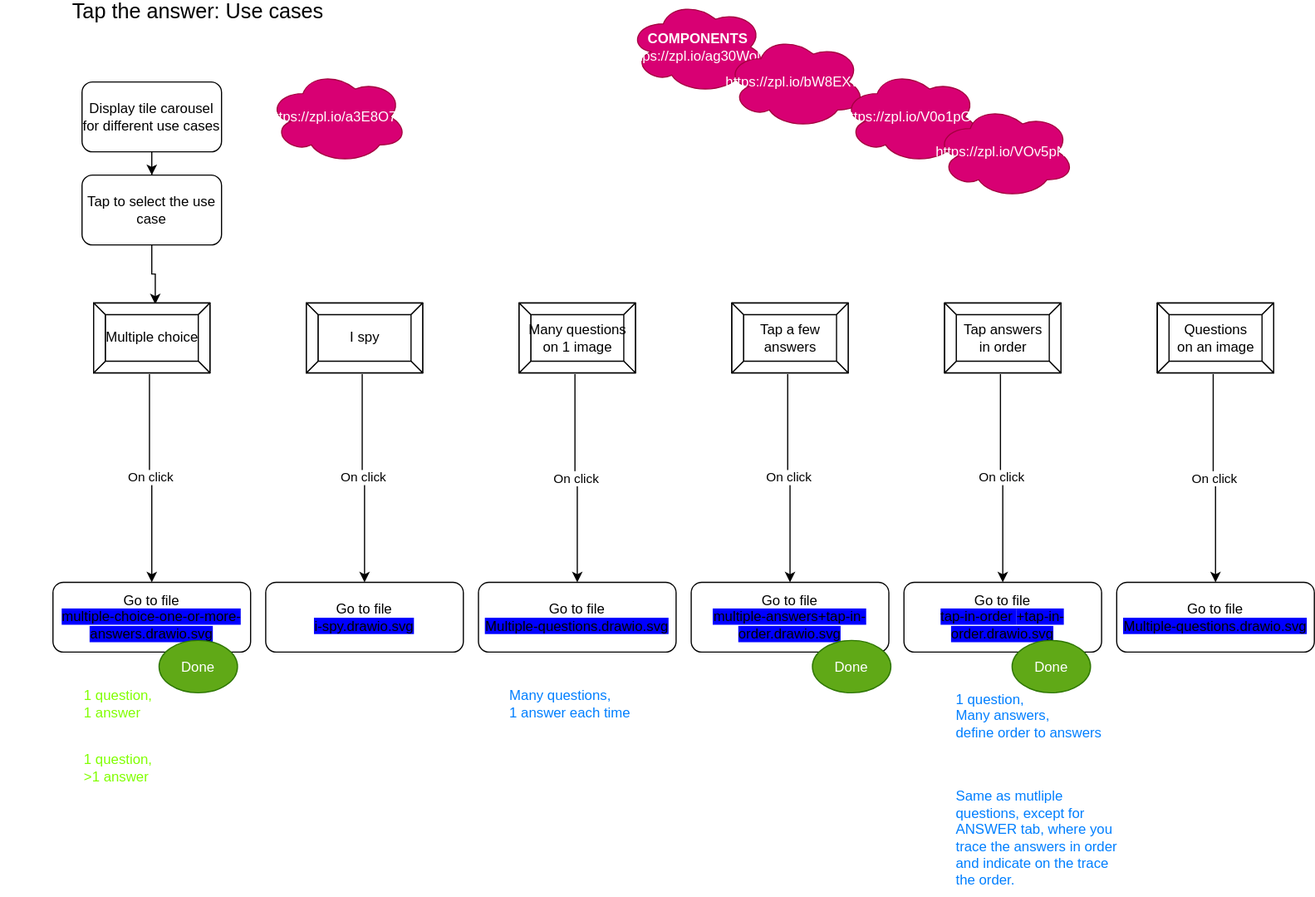
Earlier version of the draw.io export modules/Tap the answer (Ask a question)/tap-the-answer-main.drawio.svg (ji-devs/ji-cloud-flowcharts). Source tidied: cells renumbered, new cells last; positions are measured from the earlier drawing's top-left corner, leaving out a move shared by most shapes. The source it was exported from:
```xml
<mxGraphModel>
  <root>
    <mxCell id="0" />
    <mxCell id="1" parent="0" />
    <mxCell id="2" value="&lt;font style=&quot;font-size: 18px&quot;&gt;Tap the answer: Use cases&lt;/font&gt;" style="text;html=1;strokeColor=none;fillColor=none;align=center;verticalAlign=middle;whiteSpace=wrap;rounded=0;" parent="1" vertex="1">
      <mxGeometry width="340" height="20" as="geometry" />
    </mxCell>
    <mxCell id="3" style="edgeStyle=orthogonalEdgeStyle;rounded=0;jettySize=auto;html=1;" parent="1" edge="1" source="4" target="6">
      <mxGeometry relative="1" as="geometry" />
    </mxCell>
    <mxCell id="4" value="Display tile carousel for different use cases" style="rounded=1;whiteSpace=wrap;html=1;" parent="1" vertex="1">
      <mxGeometry x="70" y="70" width="120" height="60" as="geometry" />
    </mxCell>
    <mxCell id="5" style="edgeStyle=orthogonalEdgeStyle;rounded=0;jettySize=auto;html=1;entryX=0.53;entryY=0.017;entryDx=0;entryDy=0;entryPerimeter=0;" parent="1" edge="1" source="6" target="9">
      <mxGeometry relative="1" as="geometry" />
    </mxCell>
    <mxCell id="6" value="Tap to select the use case" style="whiteSpace=wrap;html=1;rounded=1;" parent="1" vertex="1">
      <mxGeometry x="70" y="150" width="120" height="60" as="geometry" />
    </mxCell>
    <mxCell id="7" value="https://zpl.io/a3E8O7Q" style="ellipse;shape=cloud;whiteSpace=wrap;html=1;fillColor=#d80073;strokeColor=#A50040;fontColor=#ffffff;" parent="1" vertex="1">
      <mxGeometry x="230" y="60" width="120" height="80" as="geometry" />
    </mxCell>
    <mxCell id="8" style="group;" parent="1" vertex="1">
      <mxGeometry x="45" y="260" width="170" height="300" as="geometry" />
    </mxCell>
    <mxCell id="9" value="Multiple choice" style="labelPosition=center;verticalLabelPosition=middle;align=center;html=1;shape=mxgraph.basic.button;dx=10;" parent="8" vertex="1">
      <mxGeometry x="35" width="100" height="60" as="geometry" />
    </mxCell>
    <mxCell id="10" value="Go to file &lt;br&gt;&lt;span style=&quot;background-color: rgb(0 , 0 , 255)&quot;&gt;multiple-choice-one-or-more-answers.drawio.svg&lt;/span&gt;" style="whiteSpace=wrap;html=1;rounded=1;" parent="8" vertex="1">
      <mxGeometry y="240" width="170" height="60" as="geometry" />
    </mxCell>
    <mxCell id="11" value="On click" style="edgeStyle=orthogonalEdgeStyle;rounded=0;jettySize=auto;html=1;exitX=0.48;exitY=1.017;exitDx=0;exitDy=0;exitPerimeter=0;entryX=0.5;entryY=0;entryDx=0;entryDy=0;" parent="8" edge="1" source="9" target="10">
      <mxGeometry relative="1" as="geometry" />
    </mxCell>
    <mxCell id="12" style="group;" parent="1" vertex="1">
      <mxGeometry x="594" y="260" width="170" height="300" as="geometry" />
    </mxCell>
    <mxCell id="13" value="Tap a few &lt;br&gt;answers" style="labelPosition=center;verticalLabelPosition=middle;align=center;html=1;shape=mxgraph.basic.button;dx=10;" parent="12" vertex="1">
      <mxGeometry x="35" width="100" height="60" as="geometry" />
    </mxCell>
    <mxCell id="14" value="Go to file &lt;br&gt;&lt;span style=&quot;background-color: rgb(0 , 0 , 255)&quot;&gt;multiple-answers+tap-in-order.drawio.svg&lt;/span&gt;" style="whiteSpace=wrap;html=1;rounded=1;" parent="12" vertex="1">
      <mxGeometry y="240" width="170" height="60" as="geometry" />
    </mxCell>
    <mxCell id="15" value="On click" style="edgeStyle=orthogonalEdgeStyle;rounded=0;jettySize=auto;html=1;exitX=0.48;exitY=1.017;exitDx=0;exitDy=0;exitPerimeter=0;entryX=0.5;entryY=0;entryDx=0;entryDy=0;" parent="12" edge="1" source="13" target="14">
      <mxGeometry relative="1" as="geometry" />
    </mxCell>
    <mxCell id="16" style="group;" parent="1" vertex="1">
      <mxGeometry x="777" y="260" width="170" height="300" as="geometry" />
    </mxCell>
    <mxCell id="17" value="Tap answers&lt;br&gt;&amp;nbsp;in order" style="labelPosition=center;verticalLabelPosition=middle;align=center;html=1;shape=mxgraph.basic.button;dx=10;" parent="16" vertex="1">
      <mxGeometry x="35" width="100" height="60" as="geometry" />
    </mxCell>
    <mxCell id="18" value="Go to file &lt;br&gt;&lt;span style=&quot;background-color: rgb(0 , 0 , 255)&quot;&gt;tap-in-order&lt;/span&gt;&lt;span style=&quot;background-color: rgb(0 , 0 , 255)&quot;&gt;+tap-in-order.drawio.svg&lt;/span&gt;" style="whiteSpace=wrap;html=1;rounded=1;" parent="16" vertex="1">
      <mxGeometry y="240" width="170" height="60" as="geometry" />
    </mxCell>
    <mxCell id="19" value="On click" style="edgeStyle=orthogonalEdgeStyle;rounded=0;jettySize=auto;html=1;exitX=0.48;exitY=1.017;exitDx=0;exitDy=0;exitPerimeter=0;entryX=0.5;entryY=0;entryDx=0;entryDy=0;" parent="16" edge="1" source="17" target="18">
      <mxGeometry relative="1" as="geometry" />
    </mxCell>
    <mxCell id="20" style="group;" parent="1" vertex="1">
      <mxGeometry x="228" y="260" width="170" height="300" as="geometry" />
    </mxCell>
    <mxCell id="21" value="I spy" style="labelPosition=center;verticalLabelPosition=middle;align=center;html=1;shape=mxgraph.basic.button;dx=10;" parent="20" vertex="1">
      <mxGeometry x="35" width="100" height="60" as="geometry" />
    </mxCell>
    <mxCell id="22" value="Go to file &lt;br&gt;&lt;span style=&quot;background-color: rgb(0 , 0 , 255)&quot;&gt;i-spy.drawio.svg&lt;/span&gt;" style="whiteSpace=wrap;html=1;rounded=1;" parent="20" vertex="1">
      <mxGeometry y="240" width="170" height="60" as="geometry" />
    </mxCell>
    <mxCell id="23" value="On click" style="edgeStyle=orthogonalEdgeStyle;rounded=0;jettySize=auto;html=1;exitX=0.48;exitY=1.017;exitDx=0;exitDy=0;exitPerimeter=0;entryX=0.5;entryY=0;entryDx=0;entryDy=0;" parent="20" edge="1" source="21" target="22">
      <mxGeometry relative="1" as="geometry" />
    </mxCell>
    <mxCell id="24" style="group;" parent="1" vertex="1">
      <mxGeometry x="411" y="260" width="170" height="300" as="geometry" />
    </mxCell>
    <mxCell id="25" value="Many questions &lt;br&gt;on 1 image" style="labelPosition=center;verticalLabelPosition=middle;align=center;html=1;shape=mxgraph.basic.button;dx=10;" parent="24" vertex="1">
      <mxGeometry x="35" width="100" height="60" as="geometry" />
    </mxCell>
    <mxCell id="26" value="Go to file &lt;br&gt;&lt;span style=&quot;background-color: rgb(0 , 0 , 255)&quot;&gt;Multiple-questions.drawio.svg&lt;/span&gt;" style="whiteSpace=wrap;html=1;rounded=1;" parent="24" vertex="1">
      <mxGeometry y="240" width="170" height="60" as="geometry" />
    </mxCell>
    <mxCell id="27" value="On click" style="edgeStyle=orthogonalEdgeStyle;rounded=0;jettySize=auto;html=1;exitX=0.48;exitY=1.017;exitDx=0;exitDy=0;exitPerimeter=0;entryX=0.5;entryY=0;entryDx=0;entryDy=0;" parent="24" edge="1" source="25" target="26">
      <mxGeometry as="geometry" />
    </mxCell>
    <mxCell id="28" style="group;" parent="1" vertex="1">
      <mxGeometry x="960" y="260" width="170" height="300" as="geometry" />
    </mxCell>
    <mxCell id="29" value="Questions &lt;br&gt;on an image" style="labelPosition=center;verticalLabelPosition=middle;align=center;html=1;shape=mxgraph.basic.button;dx=10;" parent="28" vertex="1">
      <mxGeometry x="35" width="100" height="60" as="geometry" />
    </mxCell>
    <mxCell id="30" value="Go to file &lt;br&gt;&lt;span style=&quot;background-color: rgb(0 , 0 , 255)&quot;&gt;Multiple-questions.drawio.svg&lt;/span&gt;" style="whiteSpace=wrap;html=1;rounded=1;" parent="28" vertex="1">
      <mxGeometry y="240" width="170" height="60" as="geometry" />
    </mxCell>
    <mxCell id="31" value="On click" style="edgeStyle=orthogonalEdgeStyle;rounded=0;jettySize=auto;html=1;exitX=0.48;exitY=1.017;exitDx=0;exitDy=0;exitPerimeter=0;entryX=0.5;entryY=0;entryDx=0;entryDy=0;" parent="28" edge="1" source="29" target="30">
      <mxGeometry as="geometry" />
    </mxCell>
    <mxCell id="32" value="1 question,&lt;br&gt;1 answer" style="text;html=1;strokeColor=none;fillColor=none;align=left;verticalAlign=middle;whiteSpace=wrap;rounded=0;fontColor=#80FF00;" parent="1" vertex="1">
      <mxGeometry x="70" y="595" width="120" height="20" as="geometry" />
    </mxCell>
    <mxCell id="33" value="Many questions,&amp;nbsp; &lt;br&gt;1 answer each time" style="text;html=1;strokeColor=none;fillColor=none;align=left;verticalAlign=middle;whiteSpace=wrap;rounded=0;fontColor=#007FFF;" parent="1" vertex="1">
      <mxGeometry x="436" y="595" width="120" height="20" as="geometry" />
    </mxCell>
    <mxCell id="34" value="1 question,&amp;nbsp; &lt;br&gt;Many answers&amp;nbsp;" style="text;html=1;strokeColor=none;fillColor=none;align=left;verticalAlign=middle;whiteSpace=wrap;rounded=0;fontColor=#FFFFFF;" parent="1" vertex="1">
      <mxGeometry x="619" y="595" width="120" height="20" as="geometry" />
    </mxCell>
    <mxCell id="35" value="1 question,&amp;nbsp; &lt;br&gt;Many answers, &lt;br&gt;define order to answers&amp;nbsp;" style="text;html=1;strokeColor=none;fillColor=none;align=left;verticalAlign=middle;whiteSpace=wrap;rounded=0;fontColor=#007FFF;" parent="1" vertex="1">
      <mxGeometry x="820" y="595" width="150" height="40" as="geometry" />
    </mxCell>
    <mxCell id="36" value="Many questions,&amp;nbsp; &lt;br&gt;1 answer each time" style="text;html=1;strokeColor=none;fillColor=none;align=left;verticalAlign=middle;whiteSpace=wrap;rounded=0;fontColor=#FFFFFF;" parent="1" vertex="1">
      <mxGeometry x="985" y="595" width="120" height="20" as="geometry" />
    </mxCell>
    <mxCell id="37" value="Image-filled background.&lt;br&gt;1 question, &lt;br&gt;many answers" style="text;html=1;strokeColor=none;fillColor=none;align=left;verticalAlign=middle;whiteSpace=wrap;rounded=0;fontColor=#FFFFFF;" parent="1" vertex="1">
      <mxGeometry x="230" y="595" width="170" height="50" as="geometry" />
    </mxCell>
    <mxCell id="38" value="Same as mutliple questions, except for ANSWER tab, where you trace the answers in order and indicate on the trace the order." style="text;html=1;strokeColor=none;fillColor=none;align=left;verticalAlign=middle;whiteSpace=wrap;rounded=0;fontColor=#007FFF;" parent="1" vertex="1">
      <mxGeometry x="820" y="670" width="150" height="100" as="geometry" />
    </mxCell>
    <mxCell id="39" style="group;" parent="1" vertex="1">
      <mxGeometry x="540" width="384" height="170" as="geometry" />
    </mxCell>
    <mxCell id="40" value="&lt;b&gt;COMPONENTS&lt;/b&gt;&lt;br&gt;https://zpl.io/ag30WoM" style="ellipse;shape=cloud;whiteSpace=wrap;html=1;fontColor=#ffffff;align=center;fillColor=#d80073;strokeColor=#A50040;" parent="39" vertex="1">
      <mxGeometry width="120" height="80" as="geometry" />
    </mxCell>
    <mxCell id="41" value="https://zpl.io/bW8EXvx" style="ellipse;shape=cloud;whiteSpace=wrap;html=1;fontColor=#ffffff;align=center;fillColor=#d80073;strokeColor=#A50040;" parent="39" vertex="1">
      <mxGeometry x="84" y="30" width="120" height="80" as="geometry" />
    </mxCell>
    <mxCell id="42" value="https://zpl.io/V0o1pGE" style="ellipse;shape=cloud;whiteSpace=wrap;html=1;fontColor=#ffffff;align=center;fillColor=#d80073;strokeColor=#A50040;" parent="39" vertex="1">
      <mxGeometry x="184" y="60" width="120" height="80" as="geometry" />
    </mxCell>
    <mxCell id="43" value="https://zpl.io/VOv5pNk" style="ellipse;shape=cloud;whiteSpace=wrap;html=1;fontColor=#ffffff;align=center;fillColor=#d80073;strokeColor=#A50040;" parent="39" vertex="1">
      <mxGeometry x="264" y="90" width="120" height="80" as="geometry" />
    </mxCell>
    <mxCell id="44" value="Done" style="ellipse;whiteSpace=wrap;html=1;fillColor=#60a917;strokeColor=#2D7600;fontColor=#ffffff;" parent="1" vertex="1">
      <mxGeometry x="698.2" y="550" width="67.5" height="45" as="geometry" />
    </mxCell>
    <mxCell id="45" value="Done" style="ellipse;whiteSpace=wrap;html=1;fillColor=#60a917;strokeColor=#2D7600;fontColor=#ffffff;" parent="1" vertex="1">
      <mxGeometry x="870" y="550" width="67.5" height="45" as="geometry" />
    </mxCell>
    <mxCell id="46" value="Done" style="ellipse;whiteSpace=wrap;html=1;fillColor=#60a917;strokeColor=#2D7600;fontColor=#ffffff;" parent="1" vertex="1">
      <mxGeometry x="136.2" y="550" width="67.5" height="45" as="geometry" />
    </mxCell>
    <mxCell id="47" value="1 question,&lt;br&gt;&amp;gt;1 answer" style="text;html=1;strokeColor=none;fillColor=none;align=left;verticalAlign=middle;whiteSpace=wrap;rounded=0;fontColor=#80FF00;" parent="1" vertex="1">
      <mxGeometry x="70" y="650" width="120" height="20" as="geometry" />
    </mxCell>
  </root>
</mxGraphModel>
```
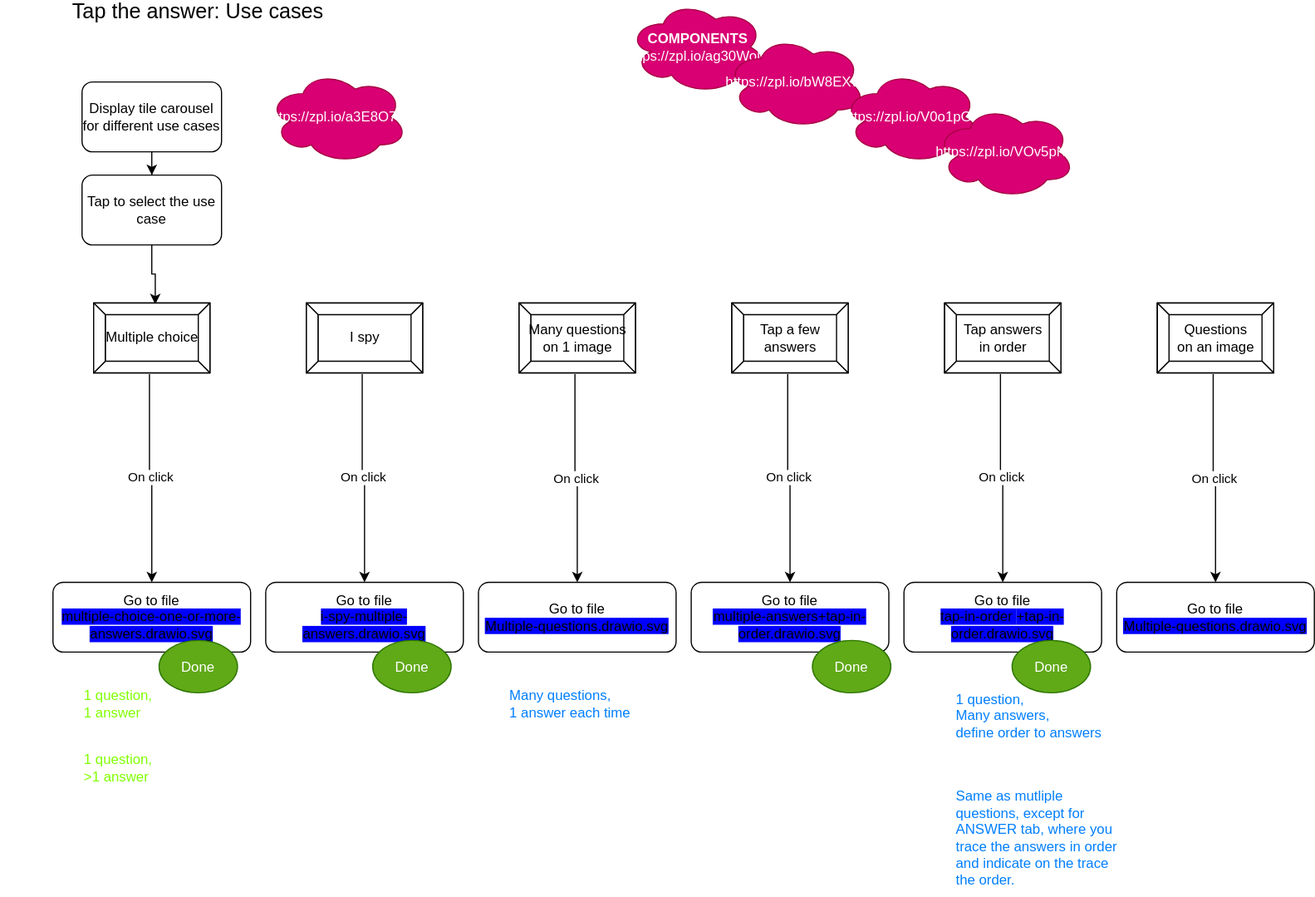
Later version of the same file.

Commit message:
Added i Spy flows

The edit, as a diff of the source:
```diff
@@ -62,7 +62,7 @@
     <mxCell id="21" value="I spy" style="labelPosition=center;verticalLabelPosition=middle;align=center;html=1;shape=mxgraph.basic.button;dx=10;" parent="20" vertex="1">
       <mxGeometry x="35" width="100" height="60" as="geometry" />
     </mxCell>
-    <mxCell id="22" value="Go to file &lt;br&gt;&lt;span style=&quot;background-color: rgb(0 , 0 , 255)&quot;&gt;i-spy.drawio.svg&lt;/span&gt;" style="whiteSpace=wrap;html=1;rounded=1;" parent="20" vertex="1">
+    <mxCell id="22" value="Go to file &lt;br&gt;&lt;span style=&quot;background-color: rgb(0 , 0 , 255)&quot;&gt;i-spy-multiple-answers.drawio.svg&lt;/span&gt;" style="whiteSpace=wrap;html=1;rounded=1;" parent="20" vertex="1">
       <mxGeometry y="240" width="170" height="60" as="geometry" />
     </mxCell>
     <mxCell id="23" value="On click" style="edgeStyle=orthogonalEdgeStyle;rounded=0;jettySize=auto;html=1;exitX=0.48;exitY=1.017;exitDx=0;exitDy=0;exitPerimeter=0;entryX=0.5;entryY=0;entryDx=0;entryDy=0;" parent="20" edge="1" source="21" target="22">
@@ -140,5 +140,8 @@
     <mxCell id="47" value="1 question,&lt;br&gt;&amp;gt;1 answer" style="text;html=1;strokeColor=none;fillColor=none;align=left;verticalAlign=middle;whiteSpace=wrap;rounded=0;fontColor=#80FF00;" parent="1" vertex="1">
       <mxGeometry x="70" y="650" width="120" height="20" as="geometry" />
     </mxCell>
+    <mxCell id="48" value="Done" style="ellipse;whiteSpace=wrap;html=1;fillColor=#60a917;strokeColor=#2D7600;fontColor=#ffffff;" parent="1" vertex="1">
+      <mxGeometry x="320" y="550" width="67.5" height="45" as="geometry" />
+    </mxCell>
   </root>
 </mxGraphModel>
```
